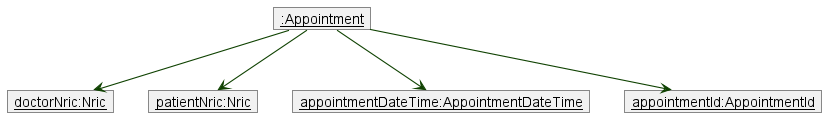
Before: docs/images/AppointmentObjectDiagram.png, a diagram exported from PlantUML (alfaloo/tp).
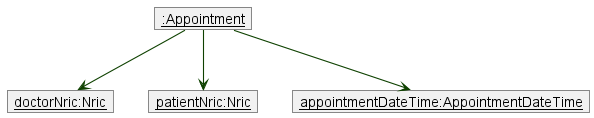
After the change.

Diff of the diagram source:
```diff
@@ -8,13 +8,11 @@
 object "__doctorNric:Nric__" as doctorNric
 object "__patientNric:Nric__" as patientNric
 object "__appointmentDateTime:AppointmentDateTime__" as appointmentDate
-object "__appointmentId:AppointmentId__" as appointmentId
 
 
 appointment -down-> doctorNric
 appointment -down-> patientNric
 appointment -down-> appointmentDate
-appointment -down-> appointmentId
 
 
 @enduml
```
